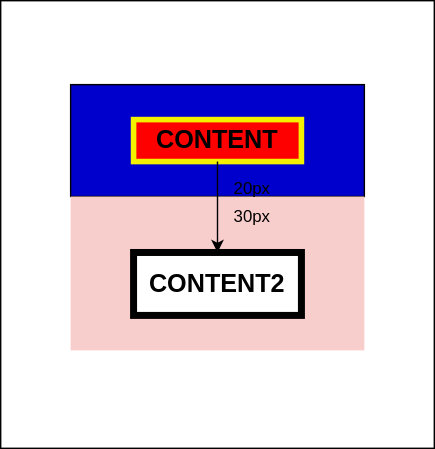
Before: Reflective-questions/diagram1.drawio.svg, a diagram exported from draw.io (habybheart1/iotbtech-eid-assignment). Source tidied: cells renumbered, new cells last; positions are measured from the earlier drawing's top-left corner, leaving out a move shared by most shapes. The source it was exported from:
```xml
<mxGraphModel>
  <root>
    <mxCell id="0" />
    <mxCell id="1" parent="0" />
    <mxCell id="2" style="whiteSpace=wrap;html=1;" parent="1" vertex="1">
      <mxGeometry width="310" height="320" as="geometry" />
    </mxCell>
    <mxCell id="3" style="whiteSpace=wrap;html=1;fillColor=#0000CC;" parent="1" vertex="1">
      <mxGeometry x="50" y="60" width="210" height="80" as="geometry" />
    </mxCell>
    <mxCell id="4" value="&lt;b&gt;&lt;font style=&quot;font-size: 18px;&quot;&gt;CONTENT&lt;/font&gt;&lt;/b&gt;" style="whiteSpace=wrap;html=1;fillColor=#FF0000;strokeColor=#F2F200;strokeWidth=4;" parent="1" vertex="1">
      <mxGeometry x="95" y="85" width="120" height="30" as="geometry" />
    </mxCell>
    <mxCell id="5" style="whiteSpace=wrap;html=1;fillColor=#f8cecc;strokeColor=none;" parent="1" vertex="1">
      <mxGeometry x="50" y="140" width="210" height="110" as="geometry" />
    </mxCell>
    <mxCell id="6" value="&lt;font style=&quot;font-size: 18px;&quot;&gt;&lt;b style=&quot;&quot;&gt;CONTENT2&lt;/b&gt;&lt;/font&gt;" style="whiteSpace=wrap;html=1;strokeWidth=5;" parent="1" vertex="1">
      <mxGeometry x="95" y="180" width="120" height="45" as="geometry" />
    </mxCell>
    <mxCell id="7" style="edgeStyle=none;html=1;exitX=0.5;exitY=1;exitDx=0;exitDy=0;entryX=0.5;entryY=0;entryDx=0;entryDy=0;" parent="1" edge="1" source="4" target="6">
      <mxGeometry relative="1" as="geometry" />
    </mxCell>
    <mxCell id="8" value="20px" style="text;strokeColor=none;align=center;fillColor=none;html=1;verticalAlign=middle;whiteSpace=wrap;rounded=0;" parent="1" vertex="1">
      <mxGeometry x="150" y="120" width="60" height="30" as="geometry" />
    </mxCell>
    <mxCell id="9" value="30px" style="text;strokeColor=none;align=center;fillColor=none;html=1;verticalAlign=middle;whiteSpace=wrap;rounded=0;" parent="1" vertex="1">
      <mxGeometry x="150" y="140" width="60" height="30" as="geometry" />
    </mxCell>
  </root>
</mxGraphModel>
```
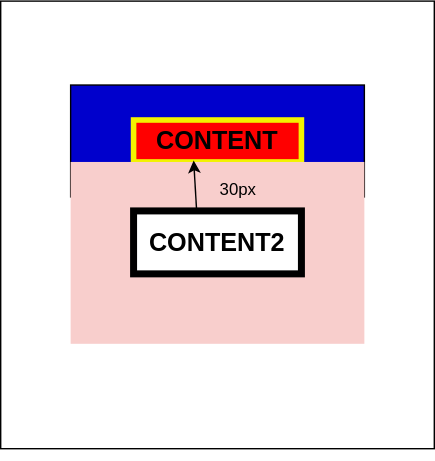
After the commit.

Diff of the diagram source:
```diff
@@ -2,6 +2,13 @@
   <root>
     <mxCell id="0" />
     <mxCell id="1" parent="0" />
+    <mxCell id="10" style="edgeStyle=none;html=1;" parent="1" edge="1" source="5" target="4">
+      <mxGeometry relative="1" as="geometry">
+        <Array as="points">
+          <mxPoint x="150" y="320" />
+        </Array>
+      </mxGeometry>
+    </mxCell>
     <mxCell id="2" style="whiteSpace=wrap;html=1;" parent="1" vertex="1">
       <mxGeometry width="310" height="320" as="geometry" />
     </mxCell>
@@ -12,19 +19,16 @@
       <mxGeometry x="95" y="85" width="120" height="30" as="geometry" />
     </mxCell>
     <mxCell id="5" style="whiteSpace=wrap;html=1;fillColor=#f8cecc;strokeColor=none;" parent="1" vertex="1">
-      <mxGeometry x="50" y="140" width="210" height="110" as="geometry" />
+      <mxGeometry x="50" y="115" width="210" height="130" as="geometry" />
     </mxCell>
     <mxCell id="6" value="&lt;font style=&quot;font-size: 18px;&quot;&gt;&lt;b style=&quot;&quot;&gt;CONTENT2&lt;/b&gt;&lt;/font&gt;" style="whiteSpace=wrap;html=1;strokeWidth=5;" parent="1" vertex="1">
-      <mxGeometry x="95" y="180" width="120" height="45" as="geometry" />
+      <mxGeometry x="95" y="150" width="120" height="45" as="geometry" />
     </mxCell>
-    <mxCell id="7" style="edgeStyle=none;html=1;exitX=0.5;exitY=1;exitDx=0;exitDy=0;entryX=0.5;entryY=0;entryDx=0;entryDy=0;" parent="1" edge="1" source="4" target="6">
-      <mxGeometry relative="1" as="geometry" />
-    </mxCell>
-    <mxCell id="8" value="20px" style="text;strokeColor=none;align=center;fillColor=none;html=1;verticalAlign=middle;whiteSpace=wrap;rounded=0;" parent="1" vertex="1">
-      <mxGeometry x="150" y="120" width="60" height="30" as="geometry" />
-    </mxCell>
     <mxCell id="9" value="30px" style="text;strokeColor=none;align=center;fillColor=none;html=1;verticalAlign=middle;whiteSpace=wrap;rounded=0;" parent="1" vertex="1">
-      <mxGeometry x="150" y="140" width="60" height="30" as="geometry" />
+      <mxGeometry x="140" y="120" width="60" height="30" as="geometry" />
     </mxCell>
+    <mxCell id="11" style="edgeStyle=none;jettySize=auto;html=1;exitX=0.429;exitY=0.269;exitDx=0;exitDy=0;exitPerimeter=0;entryX=0.358;entryY=0.967;entryDx=0;entryDy=0;entryPerimeter=0;" parent="1" edge="1" source="5" target="4">
+      <mxGeometry relative="1" as="geometry" />
+    </mxCell>
   </root>
 </mxGraphModel>
```
